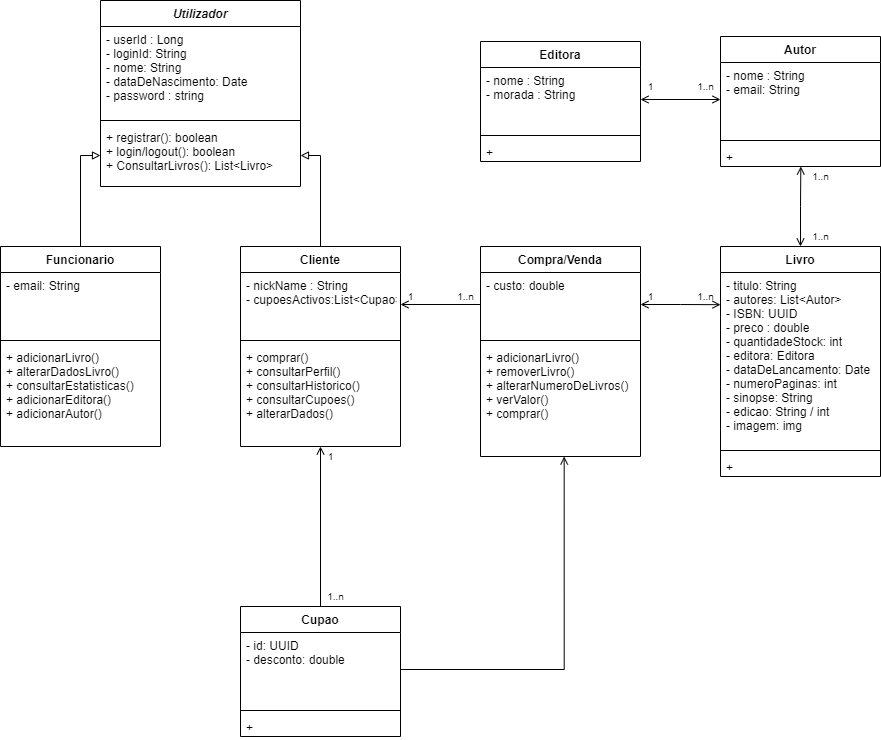
ricardogouvjava/Projecto-Livraria-Requalificar keeps this draw.io diagram as Sprints/Projecto_Livraria_UML.png. Above is the earlier version. Source tidied: cells renumbered, new cells last; positions are measured from the earlier drawing's top-left corner, leaving out a move shared by most shapes.
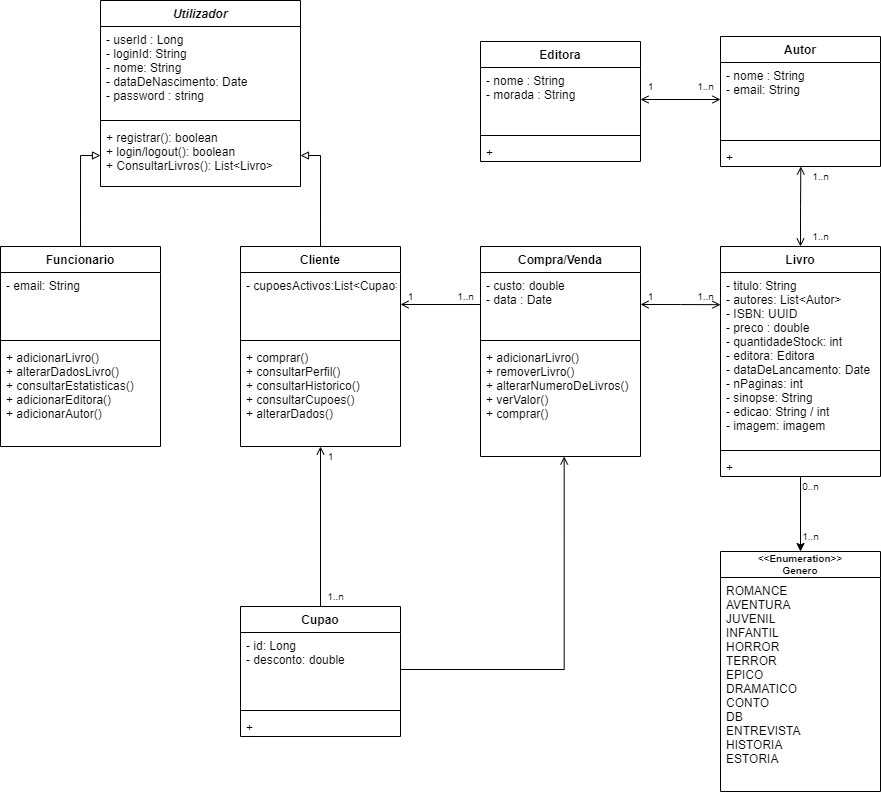
Above is the later version.

What changed in the source:
```diff
@@ -20,7 +20,7 @@
     <mxCell id="7" value="Cliente" style="swimlane;fontStyle=1;align=center;verticalAlign=top;horizontal=1;startSize=26;" parent="1" vertex="1">
       <mxGeometry x="240" y="246" width="160" height="200" as="geometry" />
     </mxCell>
-    <mxCell id="8" value="- nickName : String&#10;- cupoesActivos:List&lt;Cupao&gt;" style="text;strokeColor=none;fillColor=none;align=left;verticalAlign=top;spacingLeft=4;spacingRight=4;overflow=hidden;points=[[0,0.5],[1,0.5]];portConstraint=eastwest;" parent="7" vertex="1">
+    <mxCell id="8" value="- cupoesActivos:List&lt;Cupao&gt;" style="text;strokeColor=none;fillColor=none;align=left;verticalAlign=top;spacingLeft=4;spacingRight=4;overflow=hidden;points=[[0,0.5],[1,0.5]];portConstraint=eastwest;" parent="7" vertex="1">
       <mxGeometry y="26" width="160" height="64" as="geometry" />
     </mxCell>
     <mxCell id="9" style="line;strokeWidth=1;fillColor=none;align=left;verticalAlign=middle;spacingTop=-1;spacingLeft=3;spacingRight=3;labelPosition=right;" parent="7" vertex="1">
@@ -44,7 +44,7 @@
     <mxCell id="15" value="Compra/Venda" style="swimlane;fontStyle=1;align=center;verticalAlign=top;horizontal=1;startSize=26;" parent="1" vertex="1">
       <mxGeometry x="480" y="246" width="160" height="210" as="geometry" />
     </mxCell>
-    <mxCell id="16" value="- custo: double" style="text;strokeColor=none;fillColor=none;align=left;verticalAlign=top;spacingLeft=4;spacingRight=4;overflow=hidden;points=[[0,0.5],[1,0.5]];portConstraint=eastwest;" parent="15" vertex="1">
+    <mxCell id="16" value="- custo: double&#10;- data : Date" style="text;strokeColor=none;fillColor=none;align=left;verticalAlign=top;spacingLeft=4;spacingRight=4;overflow=hidden;points=[[0,0.5],[1,0.5]];portConstraint=eastwest;" parent="15" vertex="1">
       <mxGeometry y="26" width="160" height="64" as="geometry" />
     </mxCell>
     <mxCell id="17" style="line;strokeWidth=1;fillColor=none;align=left;verticalAlign=middle;spacingTop=-1;spacingLeft=3;spacingRight=3;labelPosition=right;" parent="15" vertex="1">
@@ -59,10 +59,13 @@
     <mxCell id="20" style="edgeStyle=orthogonalEdgeStyle;rounded=0;jettySize=auto;html=1;entryX=1;entryY=0.5;entryDx=0;entryDy=0;endArrow=open;endFill=0;startArrow=open;startFill=0;exitX=0;exitY=0.5;exitDx=0;exitDy=0;" parent="1" edge="1" source="26" target="30">
       <mxGeometry relative="1" as="geometry" />
     </mxCell>
+    <mxCell id="52" style="edgeStyle=orthogonalEdgeStyle;rounded=0;jettySize=auto;html=1;entryX=0.5;entryY=0;entryDx=0;entryDy=0;fontSize=10;" parent="1" edge="1" source="21" target="53">
+      <mxGeometry relative="1" as="geometry" />
+    </mxCell>
     <mxCell id="21" value="Livro" style="swimlane;fontStyle=1;align=center;verticalAlign=top;horizontal=1;startSize=26;" parent="1" vertex="1">
       <mxGeometry x="720" y="246" width="160" height="230" as="geometry" />
     </mxCell>
-    <mxCell id="22" value="- titulo: String&#10;- autores: List&lt;Autor&gt;&#10;- ISBN: UUID&#10;- preco : double&#10;- quantidadeStock: int&#10;- editora: Editora&#10;- dataDeLancamento: Date&#10;- numeroPaginas: int&#10;- sinopse: String&#10;- edicao: String / int&#10;- imagem: img&#10;" style="text;strokeColor=none;fillColor=none;align=left;verticalAlign=top;spacingLeft=4;spacingRight=4;overflow=hidden;points=[[0,0.5],[1,0.5]];portConstraint=eastwest;" parent="21" vertex="1">
+    <mxCell id="22" value="- titulo: String&#10;- autores: List&lt;Autor&gt;&#10;- ISBN: UUID&#10;- preco : double&#10;- quantidadeStock: int&#10;- editora: Editora&#10;- dataDeLancamento: Date&#10;- nPaginas: int&#10;- sinopse: String&#10;- edicao: String / int&#10;- imagem: imagem&#10;" style="text;strokeColor=none;fillColor=none;align=left;verticalAlign=top;spacingLeft=4;spacingRight=4;overflow=hidden;points=[[0,0.5],[1,0.5]];portConstraint=eastwest;" parent="21" vertex="1">
       <mxGeometry y="26" width="160" height="174" as="geometry" />
     </mxCell>
     <mxCell id="23" style="line;strokeWidth=1;fillColor=none;align=left;verticalAlign=middle;spacingTop=-1;spacingLeft=3;spacingRight=3;labelPosition=right;" parent="21" vertex="1">
@@ -104,7 +107,7 @@
     <mxCell id="35" value="Cupao" style="swimlane;fontStyle=1;align=center;verticalAlign=top;horizontal=1;startSize=26;" parent="1" vertex="1">
       <mxGeometry x="240" y="606" width="160" height="130" as="geometry" />
     </mxCell>
-    <mxCell id="36" value="- id: UUID&#10;- desconto: double" style="text;strokeColor=none;fillColor=none;align=left;verticalAlign=top;spacingLeft=4;spacingRight=4;overflow=hidden;points=[[0,0.5],[1,0.5]];portConstraint=eastwest;" parent="35" vertex="1">
+    <mxCell id="36" value="- id: Long&#10;- desconto: double" style="text;strokeColor=none;fillColor=none;align=left;verticalAlign=top;spacingLeft=4;spacingRight=4;overflow=hidden;points=[[0,0.5],[1,0.5]];portConstraint=eastwest;" parent="35" vertex="1">
       <mxGeometry y="26" width="160" height="74" as="geometry" />
     </mxCell>
     <mxCell id="37" style="line;strokeWidth=1;fillColor=none;align=left;verticalAlign=middle;spacingTop=-1;spacingLeft=3;spacingRight=3;labelPosition=right;" parent="35" vertex="1">
@@ -152,5 +155,17 @@
     <mxCell id="51" value="1..n" style="text;html=1;align=center;verticalAlign=middle;strokeColor=none;fillColor=none;fontSize=10;" parent="1" vertex="1">
       <mxGeometry x="690" y="286" width="30" height="20" as="geometry" />
     </mxCell>
+    <mxCell id="53" value="&lt;&lt;Enumeration&gt;&gt;&#10;Genero" style="swimlane;fontStyle=1;align=center;verticalAlign=middle;horizontal=1;startSize=26;fontSize=10;" parent="1" vertex="1">
+      <mxGeometry x="720" y="551" width="160" height="240" as="geometry" />
+    </mxCell>
+    <mxCell id="54" value="ROMANCE&#10;AVENTURA&#10;JUVENIL&#10;INFANTIL&#10;HORROR&#10;TERROR&#10;EPICO&#10;DRAMATICO&#10;CONTO&#10;DB&#10;ENTREVISTA&#10;HISTORIA&#10;ESTORIA" style="text;strokeColor=none;fillColor=none;align=left;verticalAlign=top;spacingLeft=4;spacingRight=4;overflow=hidden;" parent="53" vertex="1">
+      <mxGeometry y="26" width="160" height="214" as="geometry" />
+    </mxCell>
+    <mxCell id="55" value="0..n" style="text;html=1;align=center;verticalAlign=middle;strokeColor=none;fillColor=none;fontSize=10;" parent="1" vertex="1">
+      <mxGeometry x="795" y="476" width="30" height="20" as="geometry" />
+    </mxCell>
+    <mxCell id="56" value="1..n" style="text;html=1;align=center;verticalAlign=middle;strokeColor=none;fillColor=none;fontSize=10;" parent="1" vertex="1">
+      <mxGeometry x="795" y="526" width="30" height="20" as="geometry" />
+    </mxCell>
   </root>
 </mxGraphModel>
```
